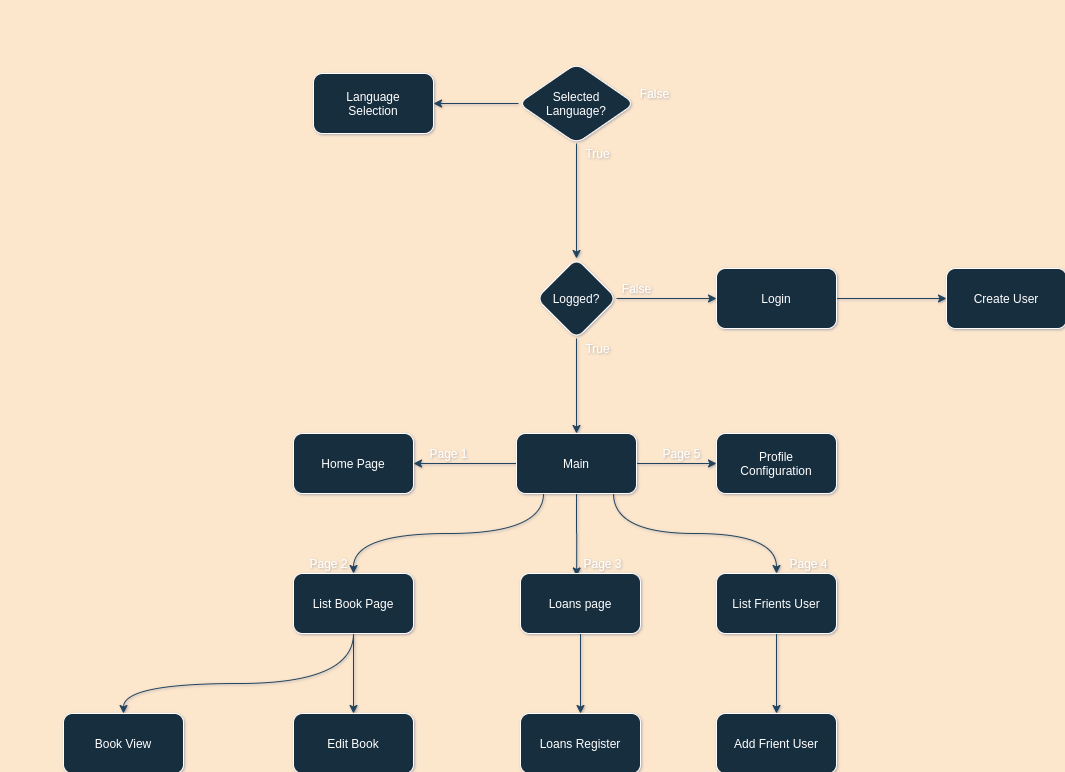
Above: docs/generate/screenmap.png in PedroHenriqueDevBR/Querido-Livro (draw.io), before the change. Source tidied: cells renumbered, new cells last; positions are measured from the earlier drawing's top-left corner, leaving out a move shared by most shapes.
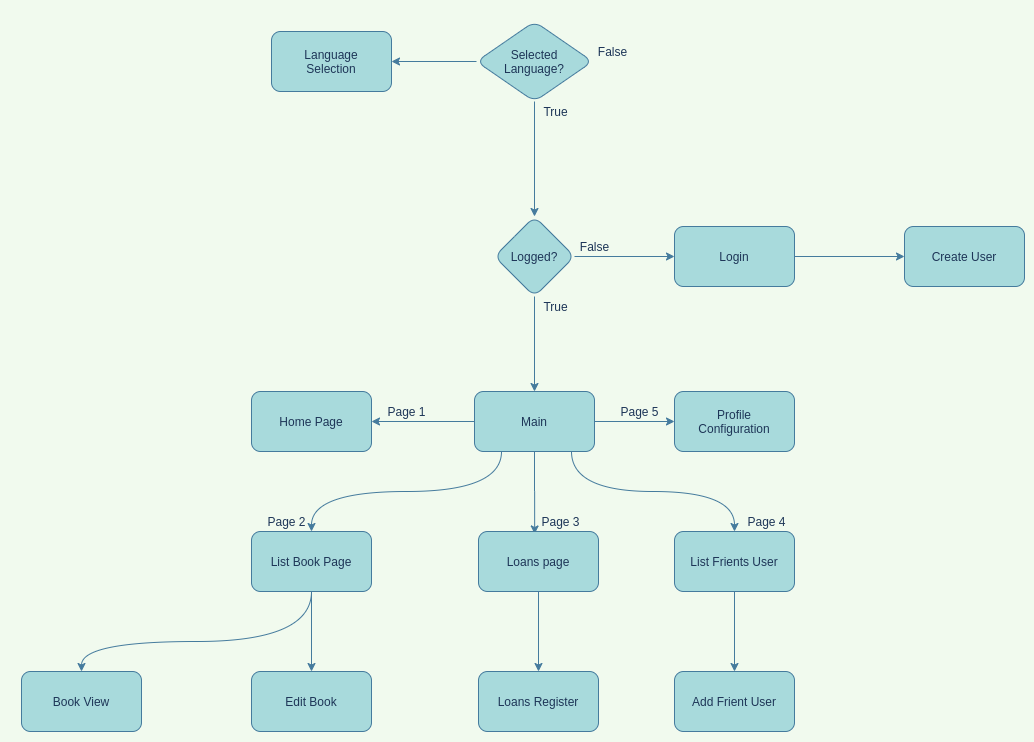
After the commit.

Change to the diagram source:
```diff
@@ -1,14 +1,14 @@
-<mxGraphModel background="#FCE7CD">
+<mxGraphModel background="#F1FAEE">
   <root>
     <mxCell id="0" />
     <mxCell id="1" parent="0" />
-    <mxCell id="2" style="edgeStyle=orthogonalEdgeStyle;rounded=0;jettySize=auto;html=1;strokeColor=#23445D;curved=1;labelBackgroundColor=#FCE7CD;" parent="1" edge="1" source="7" target="15">
+    <mxCell id="2" style="edgeStyle=orthogonalEdgeStyle;rounded=0;jettySize=auto;html=1;strokeColor=#457B9D;curved=1;labelBackgroundColor=#F1FAEE;fontColor=#1D3557;" parent="1" edge="1" source="7" target="15">
       <mxGeometry relative="1" as="geometry" />
     </mxCell>
-    <mxCell id="3" style="edgeStyle=orthogonalEdgeStyle;rounded=0;jettySize=auto;html=1;entryX=1;entryY=0.5;entryDx=0;entryDy=0;strokeColor=#23445D;curved=1;labelBackgroundColor=#FCE7CD;" parent="1" edge="1" source="7" target="14">
+    <mxCell id="3" style="edgeStyle=orthogonalEdgeStyle;rounded=0;jettySize=auto;html=1;entryX=1;entryY=0.5;entryDx=0;entryDy=0;strokeColor=#457B9D;curved=1;labelBackgroundColor=#F1FAEE;fontColor=#1D3557;" parent="1" edge="1" source="7" target="14">
       <mxGeometry relative="1" as="geometry" />
     </mxCell>
-    <mxCell id="4" style="edgeStyle=orthogonalEdgeStyle;rounded=0;jettySize=auto;html=1;entryX=0.5;entryY=0;entryDx=0;entryDy=0;strokeColor=#23445D;curved=1;labelBackgroundColor=#FCE7CD;" parent="1" edge="1" source="7" target="13">
+    <mxCell id="4" style="edgeStyle=orthogonalEdgeStyle;rounded=0;jettySize=auto;html=1;entryX=0.5;entryY=0;entryDx=0;entryDy=0;strokeColor=#457B9D;curved=1;labelBackgroundColor=#F1FAEE;fontColor=#1D3557;" parent="1" edge="1" source="7" target="13">
       <mxGeometry relative="1" as="geometry">
         <Array as="points">
           <mxPoint x="480" y="470" />
@@ -16,10 +16,10 @@
         </Array>
       </mxGeometry>
     </mxCell>
-    <mxCell id="5" style="edgeStyle=orthogonalEdgeStyle;rounded=0;jettySize=auto;html=1;entryX=0.468;entryY=0.041;entryDx=0;entryDy=0;entryPerimeter=0;strokeColor=#23445D;curved=1;labelBackgroundColor=#FCE7CD;" parent="1" edge="1" source="7" target="34">
+    <mxCell id="5" style="edgeStyle=orthogonalEdgeStyle;rounded=0;jettySize=auto;html=1;entryX=0.468;entryY=0.041;entryDx=0;entryDy=0;entryPerimeter=0;strokeColor=#457B9D;curved=1;labelBackgroundColor=#F1FAEE;fontColor=#1D3557;" parent="1" edge="1" source="7" target="34">
       <mxGeometry relative="1" as="geometry" />
     </mxCell>
-    <mxCell id="6" style="edgeStyle=orthogonalEdgeStyle;rounded=0;jettySize=auto;html=1;strokeColor=#23445D;curved=1;labelBackgroundColor=#FCE7CD;" parent="1" edge="1" source="7" target="38">
+    <mxCell id="6" style="edgeStyle=orthogonalEdgeStyle;rounded=0;jettySize=auto;html=1;strokeColor=#457B9D;curved=1;labelBackgroundColor=#F1FAEE;fontColor=#1D3557;" parent="1" edge="1" source="7" target="38">
       <mxGeometry relative="1" as="geometry">
         <Array as="points">
           <mxPoint x="550" y="470" />
@@ -27,22 +27,22 @@
         </Array>
       </mxGeometry>
     </mxCell>
-    <mxCell id="7" value="Main" style="whiteSpace=wrap;html=1;fillColor=#182E3E;strokeColor=#FFFFFF;fontColor=#FFFFFF;rounded=1;" parent="1" vertex="1">
+    <mxCell id="7" value="Main" style="whiteSpace=wrap;html=1;fillColor=#A8DADC;strokeColor=#457B9D;fontColor=#1D3557;rounded=1;" parent="1" vertex="1">
       <mxGeometry x="453" y="370" width="120" height="60" as="geometry" />
     </mxCell>
-    <mxCell id="8" value="Language&lt;br&gt;Selection" style="whiteSpace=wrap;html=1;fillColor=#182E3E;strokeColor=#FFFFFF;fontColor=#FFFFFF;rounded=1;" parent="1" vertex="1">
+    <mxCell id="8" value="Language&lt;br&gt;Selection" style="whiteSpace=wrap;html=1;fillColor=#A8DADC;strokeColor=#457B9D;fontColor=#1D3557;rounded=1;" parent="1" vertex="1">
       <mxGeometry x="250" y="10" width="120" height="60" as="geometry" />
     </mxCell>
-    <mxCell id="9" style="edgeStyle=orthogonalEdgeStyle;rounded=0;jettySize=auto;html=1;entryX=0;entryY=0.5;entryDx=0;entryDy=0;strokeColor=#23445D;curved=1;labelBackgroundColor=#FCE7CD;" parent="1" edge="1" source="10" target="26">
+    <mxCell id="9" style="edgeStyle=orthogonalEdgeStyle;rounded=0;jettySize=auto;html=1;entryX=0;entryY=0.5;entryDx=0;entryDy=0;strokeColor=#457B9D;curved=1;labelBackgroundColor=#F1FAEE;fontColor=#1D3557;" parent="1" edge="1" source="10" target="26">
       <mxGeometry relative="1" as="geometry" />
     </mxCell>
-    <mxCell id="10" value="Login" style="whiteSpace=wrap;html=1;fillColor=#182E3E;strokeColor=#FFFFFF;fontColor=#FFFFFF;rounded=1;" parent="1" vertex="1">
+    <mxCell id="10" value="Login" style="whiteSpace=wrap;html=1;fillColor=#A8DADC;strokeColor=#457B9D;fontColor=#1D3557;rounded=1;" parent="1" vertex="1">
       <mxGeometry x="653" y="205" width="120" height="60" as="geometry" />
     </mxCell>
-    <mxCell id="11" style="edgeStyle=orthogonalEdgeStyle;rounded=0;jettySize=auto;html=1;strokeColor=#23445D;curved=1;labelBackgroundColor=#FCE7CD;" parent="1" edge="1" source="13" target="27">
+    <mxCell id="11" style="edgeStyle=orthogonalEdgeStyle;rounded=0;jettySize=auto;html=1;strokeColor=#457B9D;curved=1;labelBackgroundColor=#F1FAEE;fontColor=#1D3557;" parent="1" edge="1" source="13" target="27">
       <mxGeometry relative="1" as="geometry" />
     </mxCell>
-    <mxCell id="12" style="edgeStyle=orthogonalEdgeStyle;rounded=0;jettySize=auto;html=1;strokeColor=#23445D;curved=1;labelBackgroundColor=#FCE7CD;" parent="1" edge="1" source="13" target="29">
+    <mxCell id="12" style="edgeStyle=orthogonalEdgeStyle;rounded=0;jettySize=auto;html=1;strokeColor=#457B9D;curved=1;labelBackgroundColor=#F1FAEE;fontColor=#1D3557;" parent="1" edge="1" source="13" target="29">
       <mxGeometry relative="1" as="geometry">
         <Array as="points">
           <mxPoint x="290" y="620" />
@@ -50,90 +50,90 @@
         </Array>
       </mxGeometry>
     </mxCell>
-    <mxCell id="13" value="List Book Page" style="whiteSpace=wrap;html=1;fillColor=#182E3E;strokeColor=#FFFFFF;fontColor=#FFFFFF;rounded=1;" parent="1" vertex="1">
+    <mxCell id="13" value="List Book Page" style="whiteSpace=wrap;html=1;fillColor=#A8DADC;strokeColor=#457B9D;fontColor=#1D3557;rounded=1;" parent="1" vertex="1">
       <mxGeometry x="230" y="510" width="120" height="60" as="geometry" />
     </mxCell>
-    <mxCell id="14" value="Home Page" style="whiteSpace=wrap;html=1;fillColor=#182E3E;strokeColor=#FFFFFF;fontColor=#FFFFFF;rounded=1;" parent="1" vertex="1">
+    <mxCell id="14" value="Home Page" style="whiteSpace=wrap;html=1;fillColor=#A8DADC;strokeColor=#457B9D;fontColor=#1D3557;rounded=1;" parent="1" vertex="1">
       <mxGeometry x="230" y="370" width="120" height="60" as="geometry" />
     </mxCell>
-    <mxCell id="15" value="Profile&lt;br&gt;Configuration" style="whiteSpace=wrap;html=1;fillColor=#182E3E;strokeColor=#FFFFFF;fontColor=#FFFFFF;rounded=1;" parent="1" vertex="1">
+    <mxCell id="15" value="Profile&lt;br&gt;Configuration" style="whiteSpace=wrap;html=1;fillColor=#A8DADC;strokeColor=#457B9D;fontColor=#1D3557;rounded=1;" parent="1" vertex="1">
       <mxGeometry x="653" y="370" width="120" height="60" as="geometry" />
     </mxCell>
-    <mxCell id="16" style="edgeStyle=orthogonalEdgeStyle;rounded=0;jettySize=auto;html=1;strokeColor=#23445D;curved=1;labelBackgroundColor=#FCE7CD;" parent="1" edge="1" source="18" target="10">
+    <mxCell id="16" style="edgeStyle=orthogonalEdgeStyle;rounded=0;jettySize=auto;html=1;strokeColor=#457B9D;curved=1;labelBackgroundColor=#F1FAEE;fontColor=#1D3557;" parent="1" edge="1" source="18" target="10">
       <mxGeometry relative="1" as="geometry" />
     </mxCell>
-    <mxCell id="17" style="edgeStyle=orthogonalEdgeStyle;rounded=0;jettySize=auto;html=1;entryX=0.5;entryY=0;entryDx=0;entryDy=0;strokeColor=#23445D;curved=1;labelBackgroundColor=#FCE7CD;" parent="1" edge="1" source="18" target="7">
+    <mxCell id="17" style="edgeStyle=orthogonalEdgeStyle;rounded=0;jettySize=auto;html=1;entryX=0.5;entryY=0;entryDx=0;entryDy=0;strokeColor=#457B9D;curved=1;labelBackgroundColor=#F1FAEE;fontColor=#1D3557;" parent="1" edge="1" source="18" target="7">
       <mxGeometry relative="1" as="geometry" />
     </mxCell>
-    <mxCell id="18" value="Logged?" style="rhombus;whiteSpace=wrap;html=1;fillColor=#182E3E;strokeColor=#FFFFFF;fontColor=#FFFFFF;rounded=1;" parent="1" vertex="1">
+    <mxCell id="18" value="Logged?" style="rhombus;whiteSpace=wrap;html=1;fillColor=#A8DADC;strokeColor=#457B9D;fontColor=#1D3557;rounded=1;" parent="1" vertex="1">
       <mxGeometry x="473" y="195" width="80" height="80" as="geometry" />
     </mxCell>
-    <mxCell id="19" style="edgeStyle=orthogonalEdgeStyle;rounded=0;jettySize=auto;html=1;strokeColor=#23445D;curved=1;labelBackgroundColor=#FCE7CD;" parent="1" edge="1" source="21" target="8">
+    <mxCell id="19" style="edgeStyle=orthogonalEdgeStyle;rounded=0;jettySize=auto;html=1;strokeColor=#457B9D;curved=1;labelBackgroundColor=#F1FAEE;fontColor=#1D3557;" parent="1" edge="1" source="21" target="8">
       <mxGeometry relative="1" as="geometry" />
     </mxCell>
-    <mxCell id="20" style="edgeStyle=orthogonalEdgeStyle;rounded=0;jettySize=auto;html=1;entryX=0.5;entryY=0;entryDx=0;entryDy=0;strokeColor=#23445D;curved=1;labelBackgroundColor=#FCE7CD;" parent="1" edge="1" source="21" target="18">
+    <mxCell id="20" style="edgeStyle=orthogonalEdgeStyle;rounded=0;jettySize=auto;html=1;entryX=0.5;entryY=0;entryDx=0;entryDy=0;strokeColor=#457B9D;curved=1;labelBackgroundColor=#F1FAEE;fontColor=#1D3557;" parent="1" edge="1" source="21" target="18">
       <mxGeometry relative="1" as="geometry" />
     </mxCell>
-    <mxCell id="21" value="Selected&lt;br&gt;Language?" style="rhombus;whiteSpace=wrap;html=1;fillColor=#182E3E;strokeColor=#FFFFFF;fontColor=#FFFFFF;rounded=1;" parent="1" vertex="1">
+    <mxCell id="21" value="Selected&lt;br&gt;Language?" style="rhombus;whiteSpace=wrap;html=1;fillColor=#A8DADC;strokeColor=#457B9D;fontColor=#1D3557;rounded=1;" parent="1" vertex="1">
       <mxGeometry x="455" width="116" height="80" as="geometry" />
     </mxCell>
-    <mxCell id="22" value="False" style="text;html=1;align=center;verticalAlign=middle;fontColor=#FFFFFF;rounded=1;" parent="1" vertex="1">
+    <mxCell id="22" value="False" style="text;html=1;align=center;verticalAlign=middle;fontColor=#1D3557;rounded=1;" parent="1" vertex="1">
       <mxGeometry x="571" y="20" width="40" height="20" as="geometry" />
     </mxCell>
-    <mxCell id="23" value="True" style="text;html=1;align=center;verticalAlign=middle;fontColor=#FFFFFF;rounded=1;" parent="1" vertex="1">
+    <mxCell id="23" value="True" style="text;html=1;align=center;verticalAlign=middle;fontColor=#1D3557;rounded=1;" parent="1" vertex="1">
       <mxGeometry x="514" y="80" width="40" height="20" as="geometry" />
     </mxCell>
-    <mxCell id="24" value="False" style="text;html=1;align=center;verticalAlign=middle;fontColor=#FFFFFF;rounded=1;" parent="1" vertex="1">
+    <mxCell id="24" value="False" style="text;html=1;align=center;verticalAlign=middle;fontColor=#1D3557;rounded=1;" parent="1" vertex="1">
       <mxGeometry x="553" y="215" width="40" height="20" as="geometry" />
     </mxCell>
-    <mxCell id="25" value="True" style="text;html=1;align=center;verticalAlign=middle;fontColor=#FFFFFF;rounded=1;" parent="1" vertex="1">
+    <mxCell id="25" value="True" style="text;html=1;align=center;verticalAlign=middle;fontColor=#1D3557;rounded=1;" parent="1" vertex="1">
       <mxGeometry x="514" y="275" width="40" height="20" as="geometry" />
     </mxCell>
-    <mxCell id="26" value="Create User" style="whiteSpace=wrap;html=1;fillColor=#182E3E;strokeColor=#FFFFFF;fontColor=#FFFFFF;rounded=1;" parent="1" vertex="1">
+    <mxCell id="26" value="Create User" style="whiteSpace=wrap;html=1;fillColor=#A8DADC;strokeColor=#457B9D;fontColor=#1D3557;rounded=1;" parent="1" vertex="1">
       <mxGeometry x="883" y="205" width="120" height="60" as="geometry" />
     </mxCell>
-    <mxCell id="27" value="Edit Book" style="whiteSpace=wrap;html=1;fillColor=#182E3E;strokeColor=#FFFFFF;fontColor=#FFFFFF;rounded=1;" parent="1" vertex="1">
+    <mxCell id="27" value="Edit Book" style="whiteSpace=wrap;html=1;fillColor=#A8DADC;strokeColor=#457B9D;fontColor=#1D3557;rounded=1;" parent="1" vertex="1">
       <mxGeometry x="230" y="650" width="120" height="60" as="geometry" />
     </mxCell>
-    <mxCell id="28" style="edgeStyle=orthogonalEdgeStyle;rounded=0;jettySize=auto;html=1;strokeColor=#23445D;curved=1;labelBackgroundColor=#FCE7CD;" parent="1" edge="1" target="x">
+    <mxCell id="28" style="edgeStyle=orthogonalEdgeStyle;rounded=0;orthogonalLoop=1;jettySize=auto;html=1;strokeColor=#457B9D;curved=1;labelBackgroundColor=#F1FAEE;fontColor=#1D3557;" parent="1" edge="1">
       <mxGeometry relative="1" as="geometry">
-        <mxPoint x="70" y="370" as="sourcePoint" />
+        <mxPoint x="58" y="520" as="sourcePoint" />
       </mxGeometry>
     </mxCell>
-    <mxCell id="29" value="Book View" style="whiteSpace=wrap;html=1;fillColor=#182E3E;strokeColor=#FFFFFF;fontColor=#FFFFFF;rounded=1;" parent="1" vertex="1">
+    <mxCell id="29" value="Book View" style="whiteSpace=wrap;html=1;fillColor=#A8DADC;strokeColor=#457B9D;fontColor=#1D3557;rounded=1;" parent="1" vertex="1">
       <mxGeometry y="650" width="120" height="60" as="geometry" />
     </mxCell>
-    <mxCell id="30" value="Page 1" style="text;html=1;align=center;verticalAlign=middle;fontColor=#FFFFFF;rounded=1;" parent="1" vertex="1">
+    <mxCell id="30" value="Page 1" style="text;html=1;align=center;verticalAlign=middle;fontColor=#1D3557;rounded=1;" parent="1" vertex="1">
       <mxGeometry x="360" y="380" width="50" height="20" as="geometry" />
     </mxCell>
-    <mxCell id="31" value="Page 5" style="text;html=1;align=center;verticalAlign=middle;fontColor=#FFFFFF;rounded=1;" parent="1" vertex="1">
+    <mxCell id="31" value="Page 5" style="text;html=1;align=center;verticalAlign=middle;fontColor=#1D3557;rounded=1;" parent="1" vertex="1">
       <mxGeometry x="593" y="380" width="50" height="20" as="geometry" />
     </mxCell>
-    <mxCell id="32" value="Page 2" style="text;html=1;align=center;verticalAlign=middle;fontColor=#FFFFFF;rounded=1;" parent="1" vertex="1">
+    <mxCell id="32" value="Page 2" style="text;html=1;align=center;verticalAlign=middle;fontColor=#1D3557;rounded=1;" parent="1" vertex="1">
       <mxGeometry x="240" y="490" width="50" height="20" as="geometry" />
     </mxCell>
-    <mxCell id="33" style="edgeStyle=orthogonalEdgeStyle;rounded=0;jettySize=auto;html=1;strokeColor=#23445D;curved=1;labelBackgroundColor=#FCE7CD;" parent="1" edge="1" source="34" target="35">
+    <mxCell id="33" style="edgeStyle=orthogonalEdgeStyle;rounded=0;jettySize=auto;html=1;strokeColor=#457B9D;curved=1;labelBackgroundColor=#F1FAEE;fontColor=#1D3557;" parent="1" edge="1" source="34" target="35">
       <mxGeometry relative="1" as="geometry" />
     </mxCell>
-    <mxCell id="34" value="Loans page" style="whiteSpace=wrap;html=1;fillColor=#182E3E;strokeColor=#FFFFFF;fontColor=#FFFFFF;rounded=1;" parent="1" vertex="1">
+    <mxCell id="34" value="Loans page" style="whiteSpace=wrap;html=1;fillColor=#A8DADC;strokeColor=#457B9D;fontColor=#1D3557;rounded=1;" parent="1" vertex="1">
       <mxGeometry x="457" y="510" width="120" height="60" as="geometry" />
     </mxCell>
-    <mxCell id="35" value="Loans Register" style="whiteSpace=wrap;html=1;fillColor=#182E3E;strokeColor=#FFFFFF;fontColor=#FFFFFF;rounded=1;" parent="1" vertex="1">
+    <mxCell id="35" value="Loans Register" style="whiteSpace=wrap;html=1;fillColor=#A8DADC;strokeColor=#457B9D;fontColor=#1D3557;rounded=1;" parent="1" vertex="1">
       <mxGeometry x="457" y="650" width="120" height="60" as="geometry" />
     </mxCell>
-    <mxCell id="36" value="Page 3" style="text;html=1;align=center;verticalAlign=middle;fontColor=#FFFFFF;rounded=1;" parent="1" vertex="1">
+    <mxCell id="36" value="Page 3" style="text;html=1;align=center;verticalAlign=middle;fontColor=#1D3557;rounded=1;" parent="1" vertex="1">
       <mxGeometry x="514" y="490" width="50" height="20" as="geometry" />
     </mxCell>
-    <mxCell id="37" style="edgeStyle=orthogonalEdgeStyle;rounded=0;jettySize=auto;html=1;strokeColor=#23445D;curved=1;labelBackgroundColor=#FCE7CD;" parent="1" edge="1" source="38" target="39">
+    <mxCell id="37" style="edgeStyle=orthogonalEdgeStyle;rounded=0;jettySize=auto;html=1;strokeColor=#457B9D;curved=1;labelBackgroundColor=#F1FAEE;fontColor=#1D3557;" parent="1" edge="1" source="38" target="39">
       <mxGeometry relative="1" as="geometry" />
     </mxCell>
-    <mxCell id="38" value="List Frients User" style="whiteSpace=wrap;html=1;fillColor=#182E3E;strokeColor=#FFFFFF;fontColor=#FFFFFF;rounded=1;" parent="1" vertex="1">
+    <mxCell id="38" value="List Frients User" style="whiteSpace=wrap;html=1;fillColor=#A8DADC;strokeColor=#457B9D;fontColor=#1D3557;rounded=1;" parent="1" vertex="1">
       <mxGeometry x="653" y="510" width="120" height="60" as="geometry" />
     </mxCell>
-    <mxCell id="39" value="Add Frient User" style="whiteSpace=wrap;html=1;fillColor=#182E3E;strokeColor=#FFFFFF;fontColor=#FFFFFF;rounded=1;" parent="1" vertex="1">
+    <mxCell id="39" value="Add Frient User" style="whiteSpace=wrap;html=1;fillColor=#A8DADC;strokeColor=#457B9D;fontColor=#1D3557;rounded=1;" parent="1" vertex="1">
       <mxGeometry x="653" y="650" width="120" height="60" as="geometry" />
     </mxCell>
-    <mxCell id="40" value="Page 4" style="text;html=1;align=center;verticalAlign=middle;fontColor=#FFFFFF;rounded=1;" parent="1" vertex="1">
+    <mxCell id="40" value="Page 4" style="text;html=1;align=center;verticalAlign=middle;fontColor=#1D3557;rounded=1;" parent="1" vertex="1">
       <mxGeometry x="720" y="490" width="50" height="20" as="geometry" />
     </mxCell>
   </root>
```
